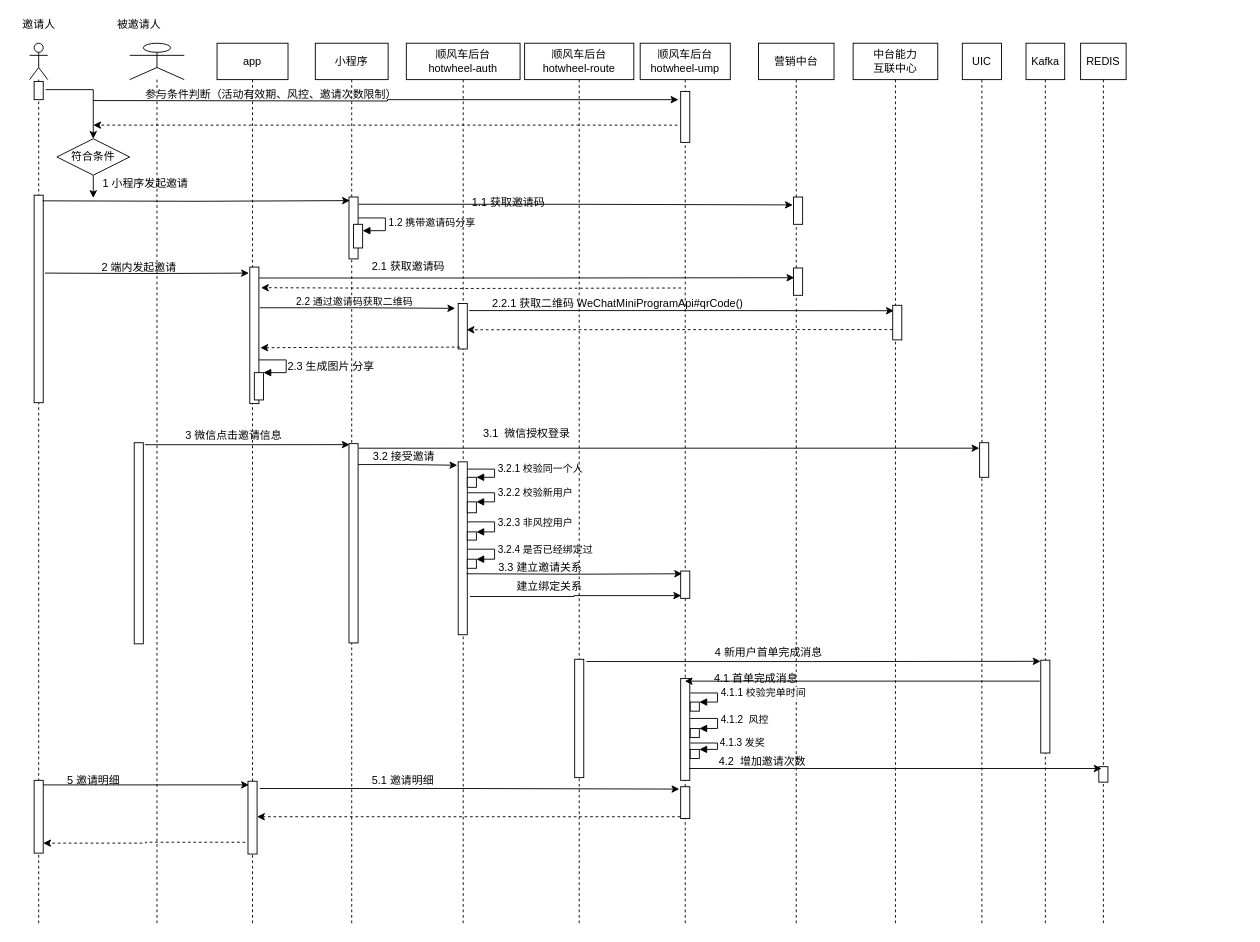
The draw.io diagram page "乘客拉新活动邀请2.11" (15 of 16) of Untitled Diagram.drawio in liufuchen88/test2, before the edit. Source tidied: cells renumbered, new cells numbered last; positions are measured from the earlier drawing's top-left corner, leaving out a move shared by most shapes. Both pictures are drawn from the tidied source at 91%, with x=0, y=0 at pixel (15, 15).
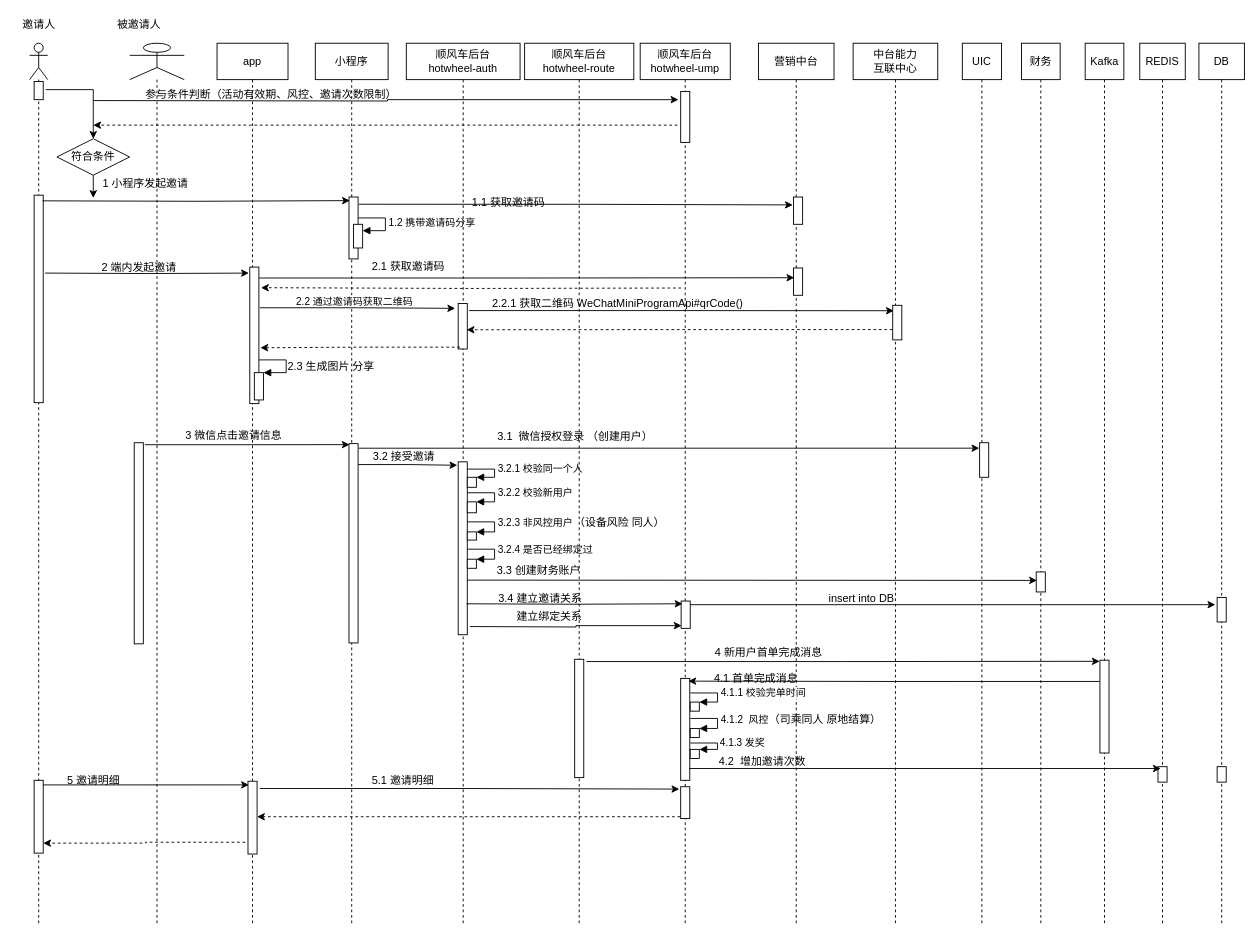
After the change.

The change refers to these unchanged cells:
```xml
<mxCell id="24" style="html=1;points=[];perimeter=orthogonalPerimeter;" parent="22" vertex="1">
  <mxGeometry x="57" y="460" width="10" height="190" as="geometry" />
</mxCell>
<mxCell id="33" value="顺风车后台&lt;br&gt;hotwheel-route" style="shape=umlLifeline;perimeter=lifelinePerimeter;whiteSpace=wrap;html=1;" parent="1" vertex="1">
  <mxGeometry x="559" y="30" width="120" height="970" as="geometry" />
</mxCell>
<mxCell id="41" value="中台能力&lt;br&gt;互联中心" style="shape=umlLifeline;perimeter=lifelinePerimeter;whiteSpace=wrap;html=1;" parent="1" vertex="1">
  <mxGeometry x="920" y="30" width="93" height="970" as="geometry" />
</mxCell>
<mxCell id="46" style="html=1;points=[];perimeter=orthogonalPerimeter;" parent="45" vertex="1">
  <mxGeometry x="16.2" y="678" width="10" height="102" as="geometry" />
</mxCell>
<mxCell id="73" value="顺风车后台&lt;br&gt;hotwheel-ump" style="shape=umlLifeline;perimeter=lifelinePerimeter;whiteSpace=wrap;html=1;" parent="1" vertex="1">
  <mxGeometry x="686" y="30" width="99" height="970" as="geometry" />
</mxCell>
```

What changed in the source:
```diff
@@
-    <mxCell id="35" value="3.3 建立邀请关系" style="text;html=1;align=center;verticalAlign=middle;strokeColor=none;fillColor=none;" parent="33" vertex="1">
-      <mxGeometry x="-38" y="567" width="110" height="20" as="geometry" />
+    <mxCell id="35" value="3.4 建立邀请关系" style="text;html=1;align=center;verticalAlign=middle;strokeColor=none;fillColor=none;" parent="33" vertex="1">
+      <mxGeometry x="-38" y="600" width="110" height="20" as="geometry" />
     </mxCell>
     <mxCell id="36" value="&amp;nbsp; &amp;nbsp; &amp;nbsp; 建立绑定关系" style="text;html=1;align=center;verticalAlign=middle;strokeColor=none;fillColor=none;" parent="33" vertex="1">
-      <mxGeometry x="-38" y="587" width="110" height="20" as="geometry" />
+      <mxGeometry x="-38" y="620" width="110" height="20" as="geometry" />
     </mxCell>
+    <mxCell id="99" value="&amp;nbsp; 3.3 创建财务账户" style="text;html=1;align=center;verticalAlign=middle;strokeColor=none;fillColor=none;" parent="33" vertex="1">
+      <mxGeometry x="-43" y="570" width="110" height="20" as="geometry" />
+    </mxCell>
@@
+    <mxCell id="100" value="insert into DB" style="text;html=1;align=center;verticalAlign=middle;strokeColor=none;fillColor=none;" parent="41" vertex="1">
+      <mxGeometry x="-36.5" y="600" width="90" height="20" as="geometry" />
+    </mxCell>
@@
     <mxCell id="45" value="Kafka" style="shape=umlLifeline;perimeter=lifelinePerimeter;whiteSpace=wrap;html=1;" parent="1" vertex="1">
-      <mxGeometry x="1110" y="30" width="42.5" height="970" as="geometry" />
+      <mxGeometry x="1175" y="30" width="42.5" height="970" as="geometry" />
     </mxCell>
@@
     <mxCell id="47" value="REDIS" style="shape=umlLifeline;perimeter=lifelinePerimeter;whiteSpace=wrap;html=1;" parent="1" vertex="1">
-      <mxGeometry x="1170" y="30" width="50" height="970" as="geometry" />
+      <mxGeometry x="1235" y="30" width="50" height="970" as="geometry" />
     </mxCell>
@@
-    <mxCell id="66" value="3.1&amp;nbsp; 微信授权登录" style="text;html=1;align=center;verticalAlign=middle;strokeColor=none;fillColor=none;" parent="1" vertex="1">
-      <mxGeometry x="506" y="449" width="110" height="20" as="geometry" />
+    <mxCell id="66" value="3.1&amp;nbsp; 微信授权登录 （创建用户）&amp;nbsp;" style="text;html=1;align=center;verticalAlign=middle;strokeColor=none;fillColor=none;" parent="1" vertex="1">
+      <mxGeometry x="521" y="453" width="190" height="20" as="geometry" />
     </mxCell>
@@
     <mxCell id="74" style="html=1;points=[];perimeter=orthogonalPerimeter;" parent="73" vertex="1">
-      <mxGeometry x="44.5" y="580" width="10" height="30" as="geometry" />
+      <mxGeometry x="45" y="613" width="10" height="30" as="geometry" />
     </mxCell>
@@
     <mxCell id="80" style="edgeStyle=orthogonalEdgeStyle;rounded=0;jettySize=auto;html=1;entryX=0.15;entryY=0.1;entryDx=0;entryDy=0;entryPerimeter=0;" parent="1" edge="1" target="74">
       <mxGeometry relative="1" as="geometry">
-        <mxPoint x="495" y="613" as="sourcePoint" />
+        <mxPoint x="495" y="646" as="sourcePoint" />
       </mxGeometry>
     </mxCell>
@@
-    <mxCell id="82" style="edgeStyle=orthogonalEdgeStyle;rounded=0;orthogonalLoop=1;jettySize=auto;html=1;" parent="1" edge="1">
+    <mxCell id="82" style="edgeStyle=orthogonalEdgeStyle;rounded=0;jettySize=auto;html=1;exitX=-0.025;exitY=0.229;exitDx=0;exitDy=0;exitPerimeter=0;" parent="1" edge="1" source="46">
       <mxGeometry relative="1" as="geometry">
-        <mxPoint x="1125" y="731" as="sourcePoint" />
-        <mxPoint x="735" y="731" as="targetPoint" />
+        <mxPoint x="739" y="731" as="targetPoint" />
       </mxGeometry>
     </mxCell>
@@
-    <mxCell id="94" style="edgeStyle=orthogonalEdgeStyle;rounded=0;jettySize=auto;html=1;entryX=0.05;entryY=0.9;entryDx=0;entryDy=0;entryPerimeter=0;exitX=1.3;exitY=0.779;exitDx=0;exitDy=0;exitPerimeter=0;" parent="1" edge="1" source="24" target="74">
-      <mxGeometry relative="1" as="geometry" />
+    <mxCell id="94" style="edgeStyle=orthogonalEdgeStyle;rounded=0;jettySize=auto;html=1;entryX=0.05;entryY=0.9;entryDx=0;entryDy=0;entryPerimeter=0;exitX=1.3;exitY=0.779;exitDx=0;exitDy=0;exitPerimeter=0;" parent="1" edge="1" target="74">
+      <mxGeometry relative="1" as="geometry">
+        <mxPoint x="499" y="671" as="sourcePoint" />
+      </mxGeometry>
     </mxCell>
@@
+    <mxCell id="101" value="DB" style="shape=umlLifeline;perimeter=lifelinePerimeter;whiteSpace=wrap;html=1;" parent="1" vertex="1">
+      <mxGeometry x="1300" y="30" width="50" height="970" as="geometry" />
+    </mxCell>
+    <mxCell id="102" style="html=1;perimeter=orthogonalPerimeter;" parent="101" vertex="1">
+      <mxGeometry x="20" y="795" width="10" height="17" as="geometry" />
+    </mxCell>
+    <mxCell id="103" style="html=1;points=[];perimeter=orthogonalPerimeter;" parent="101" vertex="1">
+      <mxGeometry x="20" y="609" width="10" height="27" as="geometry" />
+    </mxCell>
+    <mxCell id="104" style="edgeStyle=none;rounded=0;jettySize=auto;html=1;entryX=-0.2;entryY=0.296;entryDx=0;entryDy=0;entryPerimeter=0;" parent="1" edge="1" source="74" target="103">
+      <mxGeometry relative="1" as="geometry" />
+    </mxCell>
+    <mxCell id="105" value="财务" style="shape=umlLifeline;perimeter=lifelinePerimeter;whiteSpace=wrap;html=1;" parent="1" vertex="1">
+      <mxGeometry x="1105" y="30" width="42.5" height="970" as="geometry" />
+    </mxCell>
+    <mxCell id="106" style="html=1;perimeter=orthogonalPerimeter;" parent="105" vertex="1">
+      <mxGeometry x="16.2" y="581" width="10" height="22" as="geometry" />
+    </mxCell>
+    <mxCell id="107" style="edgeStyle=none;rounded=0;orthogonalLoop=1;jettySize=auto;html=1;entryX=0.076;entryY=0.379;entryDx=0;entryDy=0;entryPerimeter=0;" parent="1" edge="1">
+      <mxGeometry relative="1" as="geometry">
+        <mxPoint x="496" y="620" as="sourcePoint" />
+        <mxPoint x="1122" y="620.3" as="targetPoint" />
+      </mxGeometry>
+    </mxCell>
+    <mxCell id="108" value="（司乘同人 原地结算）" style="text;html=1;align=center;verticalAlign=middle;strokeColor=none;fillColor=none;" parent="1" vertex="1">
+      <mxGeometry x="819" y="763" width="140" height="20" as="geometry" />
+    </mxCell>
+    <mxCell id="109" value="（设备风险 同人）" style="text;html=1;align=center;verticalAlign=middle;strokeColor=none;fillColor=none;" parent="1" vertex="1">
+      <mxGeometry x="608" y="547" width="110" height="20" as="geometry" />
+    </mxCell>
```
